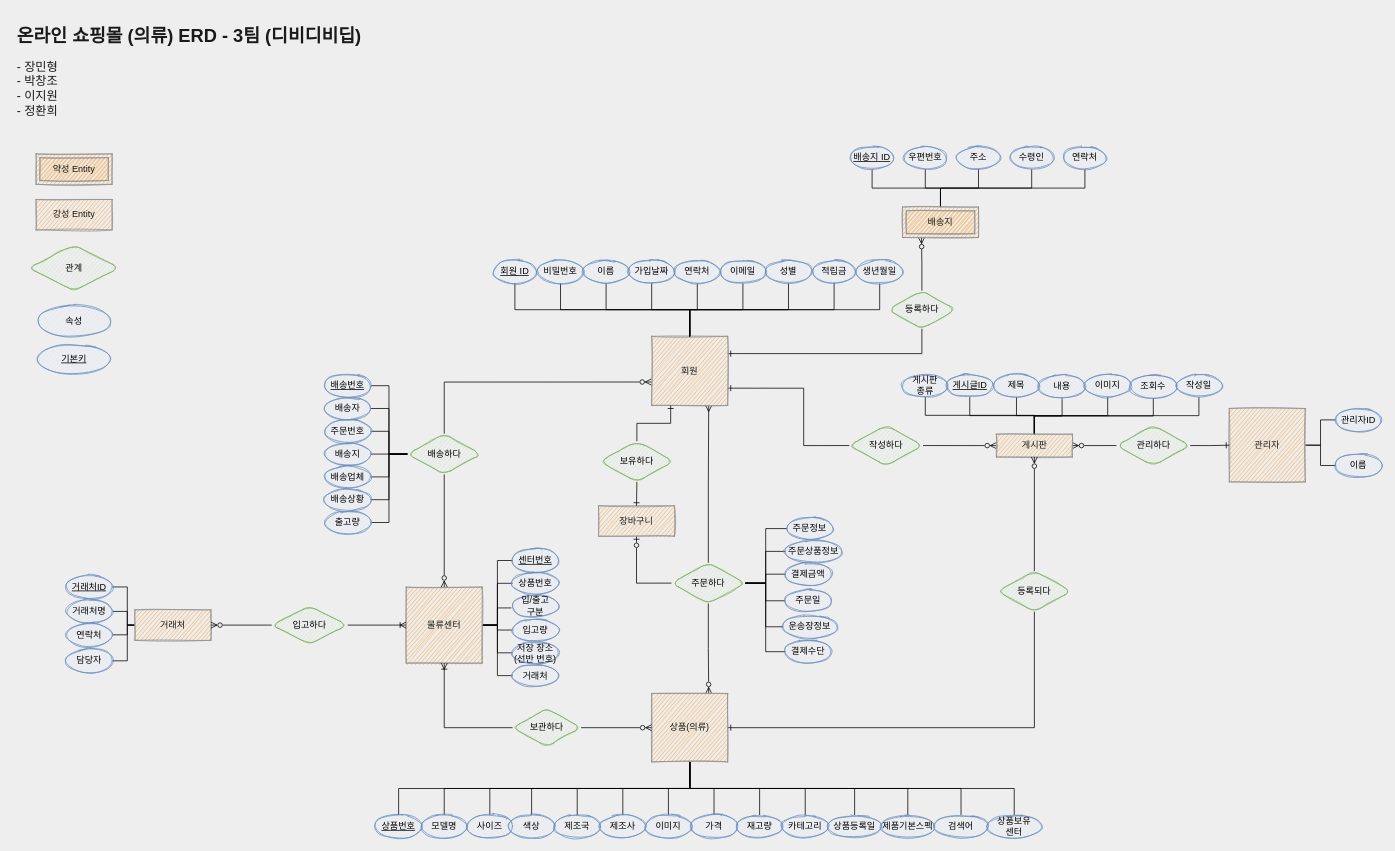
Above: page "새로만든ER" (3 of 3) of Untitled Diagram.drawio in pcjo1202/DataBase-design (draw.io), before the change. Source tidied: cells renumbered, new cells numbered last; positions are measured from the earlier drawing's top-left corner, leaving out a move shared by most shapes. Both pictures are drawn from the tidied source at 76%, with x=0, y=0 at pixel (13, 21).
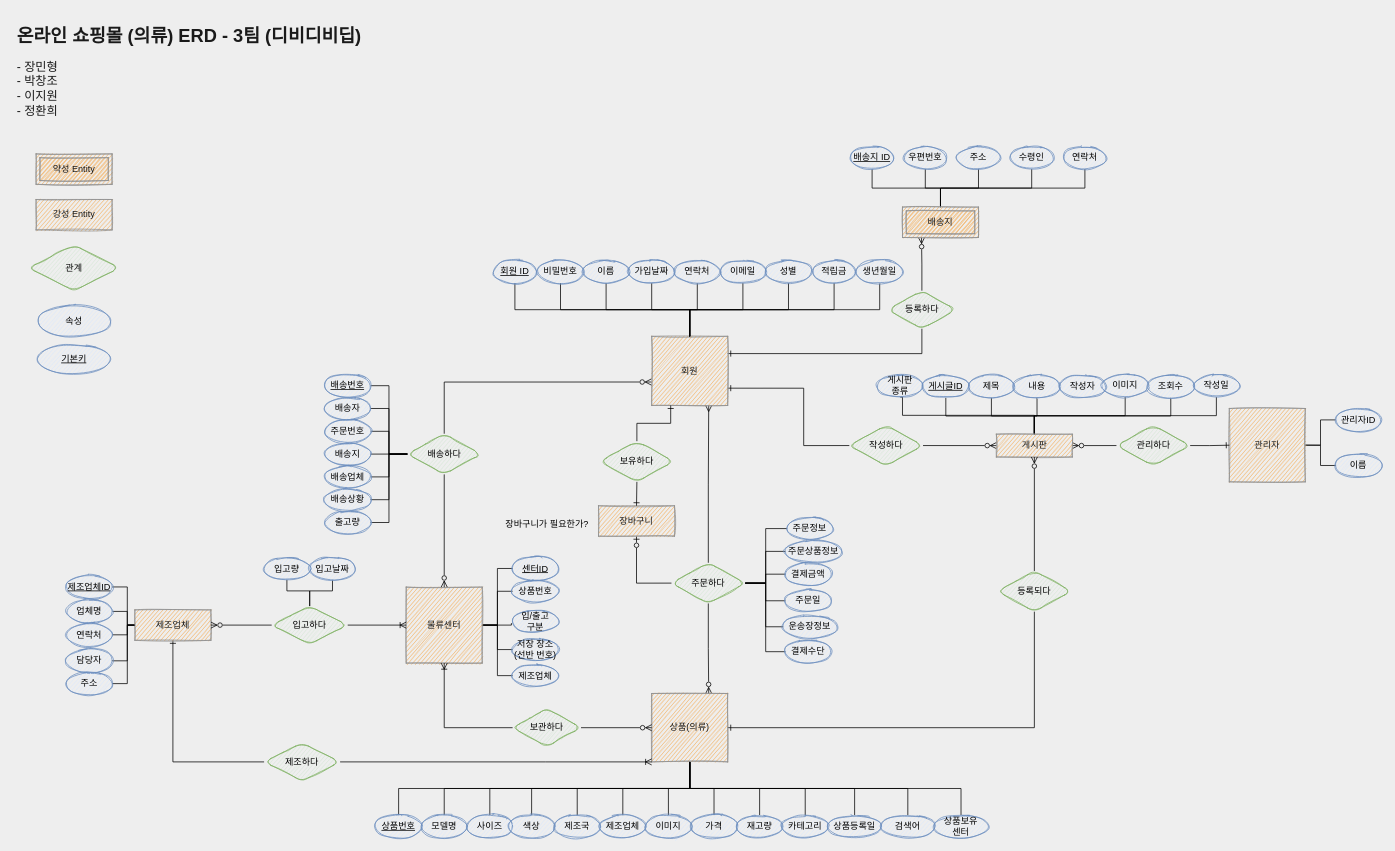
Above is the later version.

Unchanged cells that the change refers to:
```xml
<mxCell id="45" value="상품(의류)" style="whiteSpace=wrap;html=1;align=center;rounded=0;sketch=1;fontColor=#1A1A1A;strokeColor=#909090;fillColor=#F5AB50;direction=west;" parent="1" vertex="1">
  <mxGeometry x="840" y="885" width="100" height="90" as="geometry" />
</mxCell>
<mxCell id="64" value="물류센터" style="whiteSpace=wrap;html=1;align=center;rounded=0;sketch=1;fontColor=#1A1A1A;strokeColor=#909090;fillColor=#F5AB50;" parent="1" vertex="1">
  <mxGeometry x="517" y="745" width="100" height="100" as="geometry" />
</mxCell>
<mxCell id="67" value="입고하다" style="shape=rhombus;perimeter=rhombusPerimeter;whiteSpace=wrap;html=1;align=center;fillColor=#d5e8d4;strokeColor=#82b366;sketch=1;rounded=1;" parent="1" vertex="1">
  <mxGeometry x="340" y="770" width="100" height="50" as="geometry" />
</mxCell>
<mxCell id="97" value="게시판" style="whiteSpace=wrap;html=1;align=center;rounded=0;sketch=1;fontColor=#1A1A1A;strokeColor=#909090;fillColor=#F5AB50;" parent="1" vertex="1">
  <mxGeometry x="1293.5" y="543.8" width="100" height="30" as="geometry" />
</mxCell>
```

Change to the diagram source:
```diff
@@
-    <mxCell id="42" style="edgeStyle=orthogonalEdgeStyle;rounded=0;jettySize=auto;html=1;exitX=0.5;exitY=0;exitDx=0;exitDy=0;entryX=0.5;entryY=0;entryDx=0;entryDy=0;endArrow=none;endFill=0;" parent="1" edge="1" source="45" target="136">
-      <mxGeometry relative="1" as="geometry" />
-    </mxCell>
@@
+    <mxCell id="166" style="edgeStyle=orthogonalEdgeStyle;rounded=0;jettySize=auto;html=1;exitX=0.5;exitY=1;exitDx=0;exitDy=0;entryX=0;entryY=0.5;entryDx=0;entryDy=0;startArrow=ERone;startFill=0;endArrow=none;endFill=0;" parent="1" edge="1" source="57" target="170">
+      <mxGeometry relative="1" as="geometry" />
+    </mxCell>
-    <mxCell id="57" value="거래처" style="whiteSpace=wrap;html=1;align=center;rounded=0;sketch=1;fontColor=#1A1A1A;strokeColor=#909090;fillColor=#F5AB50;" parent="1" vertex="1">
+    <mxCell id="57" value="제조업체" style="whiteSpace=wrap;html=1;align=center;rounded=0;sketch=1;fontColor=#1A1A1A;strokeColor=#909090;fillColor=#F5AB50;" parent="1" vertex="1">
       <mxGeometry x="160" y="775" width="100" height="40" as="geometry" />
     </mxCell>
@@
-    <mxCell id="61" style="edgeStyle=orthogonalEdgeStyle;rounded=0;jettySize=auto;html=1;exitX=1;exitY=0.5;exitDx=0;exitDy=0;entryX=0;entryY=0.5;entryDx=0;entryDy=0;endArrow=none;endFill=0;" parent="1" edge="1" source="64" target="149">
-      <mxGeometry relative="1" as="geometry" />
-    </mxCell>
@@
+    <mxCell id="167" style="edgeStyle=orthogonalEdgeStyle;rounded=0;jettySize=auto;html=1;exitX=0.5;exitY=0;exitDx=0;exitDy=0;entryX=0.5;entryY=1;entryDx=0;entryDy=0;startArrow=none;startFill=0;endArrow=none;endFill=0;" parent="1" edge="1" source="67" target="149">
+      <mxGeometry relative="1" as="geometry" />
+    </mxCell>
+    <mxCell id="168" style="edgeStyle=orthogonalEdgeStyle;rounded=0;jettySize=auto;html=1;exitX=0.5;exitY=0;exitDx=0;exitDy=0;entryX=0.5;entryY=1;entryDx=0;entryDy=0;startArrow=none;startFill=0;endArrow=none;endFill=0;" parent="1" edge="1" source="67" target="173">
+      <mxGeometry relative="1" as="geometry" />
+    </mxCell>
@@
     <mxCell id="93" style="edgeStyle=orthogonalEdgeStyle;rounded=0;jettySize=auto;html=1;exitX=0.5;exitY=0;exitDx=0;exitDy=0;entryX=0.5;entryY=1;entryDx=0;entryDy=0;endArrow=none;endFill=0;" parent="1" edge="1" source="97" target="152">
       <mxGeometry relative="1" as="geometry">
         <Array as="points">
-          <mxPoint x="1343" y="519" />
-          <mxPoint x="1200" y="519" />
+          <mxPoint x="1344" y="519" />
+          <mxPoint x="1170" y="519" />
+          <mxPoint x="1170" y="495" />
         </Array>
       </mxGeometry>
     </mxCell>
@@
-    <mxCell id="136" value="제품기본스펙" style="ellipse;whiteSpace=wrap;html=1;align=center;rounded=0;sketch=1;strokeColor=#6c8ebf;fillColor=#dae8fc;" parent="1" vertex="1">
-      <mxGeometry x="1142" y="1045" width="70" height="30" as="geometry" />
-    </mxCell>
-    <mxCell id="137" value="제조사" style="ellipse;whiteSpace=wrap;html=1;align=center;rounded=0;sketch=1;strokeColor=#6c8ebf;fillColor=#dae8fc;" parent="1" vertex="1">
+    <mxCell id="137" value="제조업체" style="ellipse;whiteSpace=wrap;html=1;align=center;rounded=0;sketch=1;strokeColor=#6c8ebf;fillColor=#dae8fc;" parent="1" vertex="1">
       <mxGeometry x="772" y="1045" width="60" height="30" as="geometry" />
     </mxCell>
     <mxCell id="138" value="검색어" style="ellipse;whiteSpace=wrap;html=1;align=center;rounded=0;sketch=1;strokeColor=#6c8ebf;fillColor=#dae8fc;" parent="1" vertex="1">
-      <mxGeometry x="1212" y="1045" width="70" height="30" as="geometry" />
+      <mxGeometry x="1142" y="1045" width="70" height="30" as="geometry" />
     </mxCell>
     <mxCell id="139" value="상품보유&lt;br&gt;센터" style="ellipse;whiteSpace=wrap;html=1;align=center;rounded=0;sketch=1;strokeColor=#6c8ebf;fillColor=#dae8fc;" parent="1" vertex="1">
-      <mxGeometry x="1282" y="1045" width="70" height="30" as="geometry" />
+      <mxGeometry x="1212" y="1045" width="70" height="30" as="geometry" />
     </mxCell>
@@
-    <mxCell id="146" value="센터번호" style="ellipse;whiteSpace=wrap;html=1;align=center;fontStyle=4;rounded=0;sketch=1;strokeColor=#6c8ebf;fillColor=#dae8fc;" parent="1" vertex="1">
-      <mxGeometry x="657" y="695" width="60" height="30" as="geometry" />
+    <mxCell id="146" value="센터ID" style="ellipse;whiteSpace=wrap;html=1;align=center;fontStyle=4;rounded=0;sketch=1;strokeColor=#6c8ebf;fillColor=#dae8fc;" parent="1" vertex="1">
+      <mxGeometry x="657" y="705.5" width="60" height="30" as="geometry" />
     </mxCell>
     <mxCell id="147" value="상품번호" style="ellipse;whiteSpace=wrap;html=1;align=center;rounded=0;sketch=1;strokeColor=#6c8ebf;fillColor=#dae8fc;" parent="1" vertex="1">
-      <mxGeometry x="657" y="725" width="60" height="30" as="geometry" />
+      <mxGeometry x="657" y="735.5" width="60" height="30" as="geometry" />
     </mxCell>
     <mxCell id="148" value="입/출고&lt;br&gt;구분" style="ellipse;whiteSpace=wrap;html=1;align=center;rounded=0;sketch=1;strokeColor=#6c8ebf;fillColor=#dae8fc;" parent="1" vertex="1">
-      <mxGeometry x="657" y="755" width="60" height="30" as="geometry" />
+      <mxGeometry x="657" y="775" width="60" height="30" as="geometry" />
     </mxCell>
     <mxCell id="149" value="입고량" style="ellipse;whiteSpace=wrap;html=1;align=center;rounded=0;sketch=1;strokeColor=#6c8ebf;fillColor=#dae8fc;" parent="1" vertex="1">
-      <mxGeometry x="657" y="786.5" width="60" height="30" as="geometry" />
+      <mxGeometry x="330" y="705.5" width="60" height="30" as="geometry" />
     </mxCell>
     <mxCell id="150" value="저장 장소&lt;br&gt;(선반 번호)" style="ellipse;whiteSpace=wrap;html=1;align=center;rounded=0;sketch=1;strokeColor=#6c8ebf;fillColor=#dae8fc;" parent="1" vertex="1">
-      <mxGeometry x="657" y="816.5" width="60" height="30" as="geometry" />
+      <mxGeometry x="657" y="812.2" width="60" height="30" as="geometry" />
     </mxCell>
-    <mxCell id="151" value="거래처" style="ellipse;whiteSpace=wrap;html=1;align=center;rounded=0;sketch=1;strokeColor=#6c8ebf;fillColor=#dae8fc;" parent="1" vertex="1">
+    <mxCell id="151" value="제조업체" style="ellipse;whiteSpace=wrap;html=1;align=center;rounded=0;sketch=1;strokeColor=#6c8ebf;fillColor=#dae8fc;" parent="1" vertex="1">
       <mxGeometry x="657" y="846.5" width="60" height="30" as="geometry" />
     </mxCell>
     <mxCell id="152" value="게시판&lt;br&gt;종류" style="ellipse;whiteSpace=wrap;html=1;align=center;rounded=0;sketch=1;strokeColor=#6c8ebf;fillColor=#dae8fc;" parent="1" vertex="1">
-      <mxGeometry x="1170" y="465" width="60" height="30" as="geometry" />
+      <mxGeometry x="1137" y="465" width="60" height="30" as="geometry" />
     </mxCell>
     <mxCell id="153" value="게시글ID" style="ellipse;whiteSpace=wrap;html=1;align=center;rounded=0;sketch=1;strokeColor=#6c8ebf;fillColor=#dae8fc;verticalAlign=middle;fontStyle=4;" parent="1" vertex="1">
-      <mxGeometry x="1228.5" y="465" width="60" height="30" as="geometry" />
+      <mxGeometry x="1197" y="466" width="60" height="30" as="geometry" />
     </mxCell>
     <mxCell id="154" value="제목" style="ellipse;whiteSpace=wrap;html=1;align=center;rounded=0;sketch=1;strokeColor=#6c8ebf;fillColor=#dae8fc;" parent="1" vertex="1">
-      <mxGeometry x="1290" y="465" width="60" height="30" as="geometry" />
+      <mxGeometry x="1257" y="466" width="60" height="30" as="geometry" />
     </mxCell>
     <mxCell id="155" value="이미지" style="ellipse;whiteSpace=wrap;html=1;align=center;rounded=0;sketch=1;strokeColor=#6c8ebf;fillColor=#dae8fc;" parent="1" vertex="1">
-      <mxGeometry x="1410" y="465" width="60" height="30" as="geometry" />
+      <mxGeometry x="1433" y="465" width="60" height="30" as="geometry" />
     </mxCell>
     <mxCell id="156" value="조회수" style="ellipse;whiteSpace=wrap;html=1;align=center;rounded=0;sketch=1;strokeColor=#6c8ebf;fillColor=#dae8fc;" parent="1" vertex="1">
-      <mxGeometry x="1470" y="466" width="60" height="30" as="geometry" />
+      <mxGeometry x="1493" y="466" width="60" height="30" as="geometry" />
     </mxCell>
     <mxCell id="157" value="내용" style="ellipse;whiteSpace=wrap;html=1;align=center;rounded=0;sketch=1;strokeColor=#6c8ebf;fillColor=#dae8fc;" parent="1" vertex="1">
-      <mxGeometry x="1350" y="466" width="60" height="30" as="geometry" />
+      <mxGeometry x="1317" y="466" width="60" height="30" as="geometry" />
     </mxCell>
-    <mxCell id="158" value="거래처ID" style="ellipse;whiteSpace=wrap;html=1;align=center;fontStyle=4;rounded=0;sketch=1;strokeColor=#6c8ebf;fillColor=#dae8fc;" parent="1" vertex="1">
+    <mxCell id="158" value="제조업체ID" style="ellipse;whiteSpace=wrap;html=1;align=center;fontStyle=4;rounded=0;sketch=1;strokeColor=#6c8ebf;fillColor=#dae8fc;" parent="1" vertex="1">
       <mxGeometry x="70" y="729.8" width="60" height="30" as="geometry" />
     </mxCell>
-    <mxCell id="159" value="거래처명" style="ellipse;whiteSpace=wrap;html=1;align=center;rounded=0;sketch=1;strokeColor=#6c8ebf;fillColor=#dae8fc;" parent="1" vertex="1">
+    <mxCell id="159" value="업체명" style="ellipse;whiteSpace=wrap;html=1;align=center;rounded=0;sketch=1;strokeColor=#6c8ebf;fillColor=#dae8fc;" parent="1" vertex="1">
       <mxGeometry x="70" y="762" width="60" height="30" as="geometry" />
     </mxCell>
@@
     <mxCell id="164" value="작성일" style="ellipse;whiteSpace=wrap;html=1;align=center;rounded=0;sketch=1;strokeColor=#6c8ebf;fillColor=#dae8fc;" parent="1" vertex="1">
-      <mxGeometry x="1530" y="465" width="60" height="30" as="geometry" />
+      <mxGeometry x="1553" y="465" width="60" height="30" as="geometry" />
     </mxCell>
@@
+    <mxCell id="169" style="edgeStyle=orthogonalEdgeStyle;rounded=0;jettySize=auto;html=1;exitX=1;exitY=0.5;exitDx=0;exitDy=0;entryX=1;entryY=0;entryDx=0;entryDy=0;startArrow=none;startFill=0;endArrow=ERoneToMany;endFill=0;" parent="1" edge="1" source="170" target="45">
+      <mxGeometry relative="1" as="geometry">
+        <Array as="points">
+          <mxPoint x="700" y="975" />
+          <mxPoint x="700" y="975" />
+        </Array>
+      </mxGeometry>
+    </mxCell>
+    <mxCell id="170" value="제조하다" style="shape=rhombus;perimeter=rhombusPerimeter;whiteSpace=wrap;html=1;align=center;fillColor=#d5e8d4;strokeColor=#82b366;sketch=1;rounded=1;" parent="1" vertex="1">
+      <mxGeometry x="330" y="950" width="100" height="50" as="geometry" />
+    </mxCell>
+    <mxCell id="171" style="edgeStyle=orthogonalEdgeStyle;rounded=0;jettySize=auto;html=1;exitX=1;exitY=0.5;exitDx=0;exitDy=0;entryX=0;entryY=0.5;entryDx=0;entryDy=0;startArrow=none;startFill=0;endArrow=none;endFill=0;" parent="1" edge="1" source="172" target="57">
+      <mxGeometry relative="1" as="geometry">
+        <Array as="points">
+          <mxPoint x="150" y="872" />
+          <mxPoint x="150" y="795" />
+        </Array>
+      </mxGeometry>
+    </mxCell>
+    <mxCell id="172" value="주소" style="ellipse;whiteSpace=wrap;html=1;align=center;rounded=0;sketch=1;strokeColor=#6c8ebf;fillColor=#dae8fc;" parent="1" vertex="1">
+      <mxGeometry x="70" y="857" width="60" height="30" as="geometry" />
+    </mxCell>
+    <mxCell id="173" value="입고날짜" style="ellipse;whiteSpace=wrap;html=1;align=center;rounded=0;sketch=1;strokeColor=#6c8ebf;fillColor=#dae8fc;" parent="1" vertex="1">
+      <mxGeometry x="390" y="705.5" width="60" height="30" as="geometry" />
+    </mxCell>
+    <mxCell id="174" value="작성자" style="ellipse;whiteSpace=wrap;html=1;align=center;rounded=0;sketch=1;strokeColor=#6c8ebf;fillColor=#dae8fc;" parent="1" vertex="1">
+      <mxGeometry x="1377" y="466" width="60" height="30" as="geometry" />
+    </mxCell>
+    <mxCell id="175" value="장바구니가 필요한가?" style="text;html=1;align=center;verticalAlign=middle;strokeColor=none;fillColor=none;" parent="1" vertex="1">
+      <mxGeometry x="642" y="653" width="120" height="20" as="geometry" />
+    </mxCell>
```
